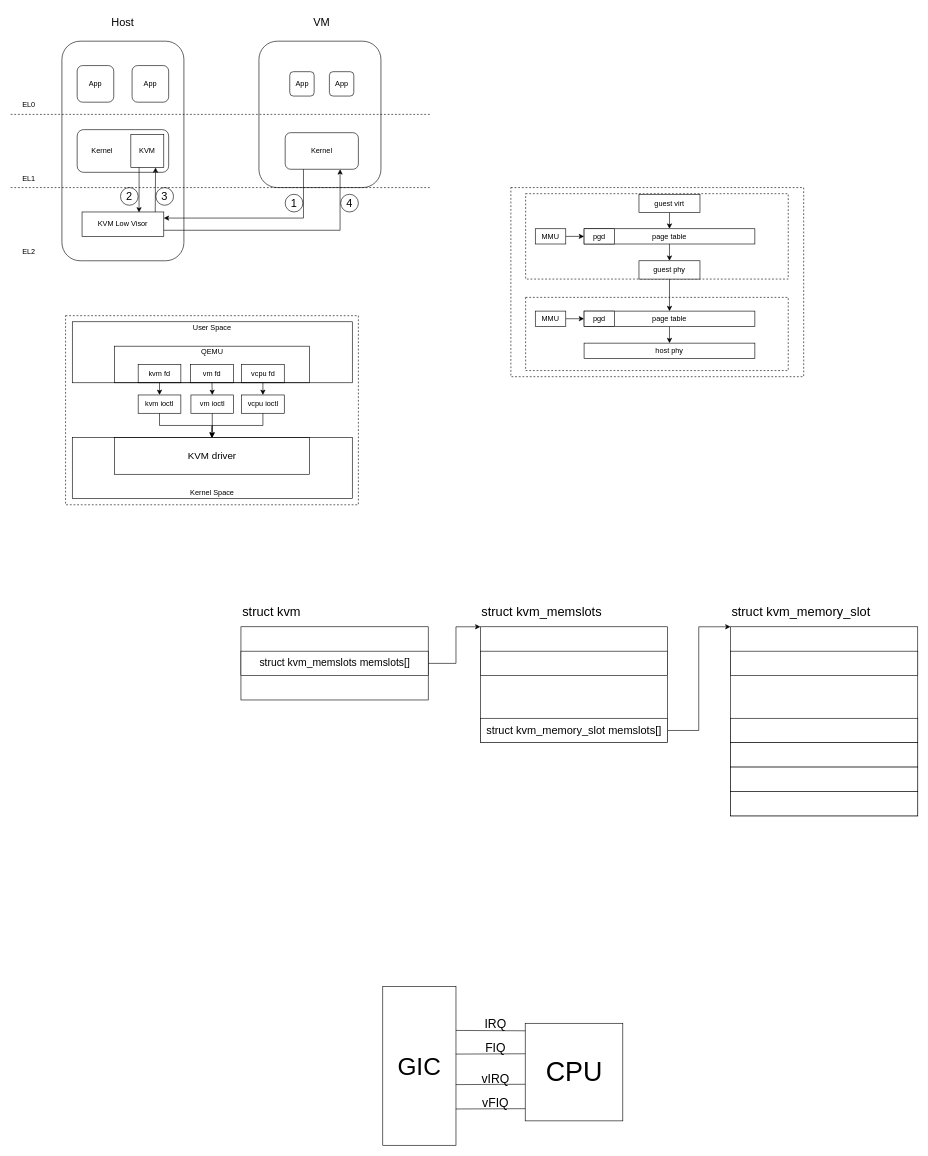
Before: arm-kvm.drawio in EdisonE3/vue_learn, a draw.io diagram. Source tidied: cells renumbered, new cells numbered last; positions are measured from the earlier drawing's top-left corner, leaving out a move shared by most shapes. Both pictures are drawn from the tidied source at 61%, with x=0, y=0 at pixel (10, 10).
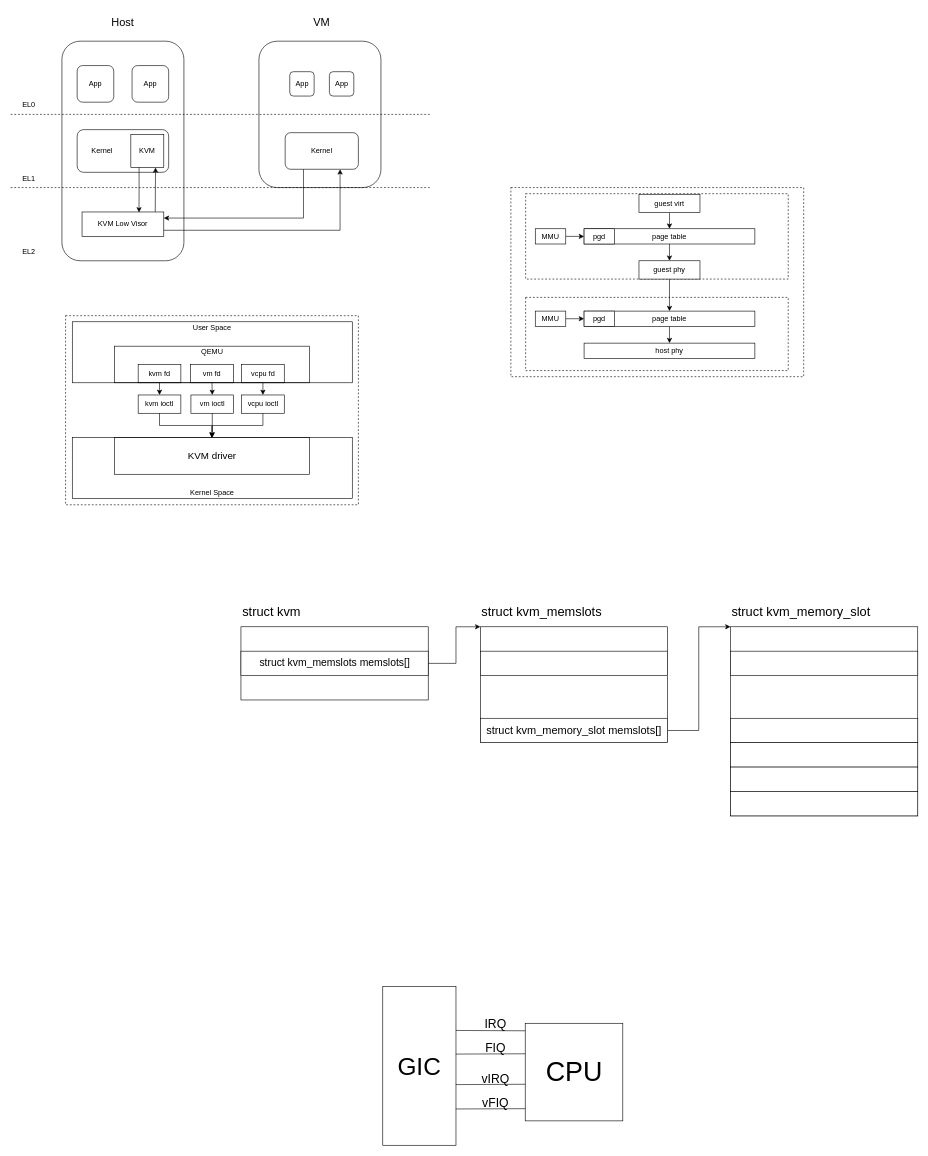
The same page after the edit.

What changed in the source:
```diff
@@
-    <mxCell id="24" value="1" style="ellipse;whiteSpace=wrap;html=1;fontSize=18;fillColor=none;" parent="1" vertex="1">
-      <mxGeometry x="450" y="301" width="29" height="29" as="geometry" />
-    </mxCell>
-    <mxCell id="25" value="4" style="ellipse;whiteSpace=wrap;html=1;fontSize=18;fillColor=none;" parent="1" vertex="1">
-      <mxGeometry x="541" y="301" width="29" height="29" as="geometry" />
-    </mxCell>
-    <mxCell id="26" value="3" style="ellipse;whiteSpace=wrap;html=1;fontSize=18;fillColor=none;" parent="1" vertex="1">
-      <mxGeometry x="238" y="290" width="29" height="29" as="geometry" />
-    </mxCell>
-    <mxCell id="27" value="2" style="ellipse;whiteSpace=wrap;html=1;fontSize=18;fillColor=none;" parent="1" vertex="1">
-      <mxGeometry x="180" y="290" width="29" height="29" as="geometry" />
-    </mxCell>
```
